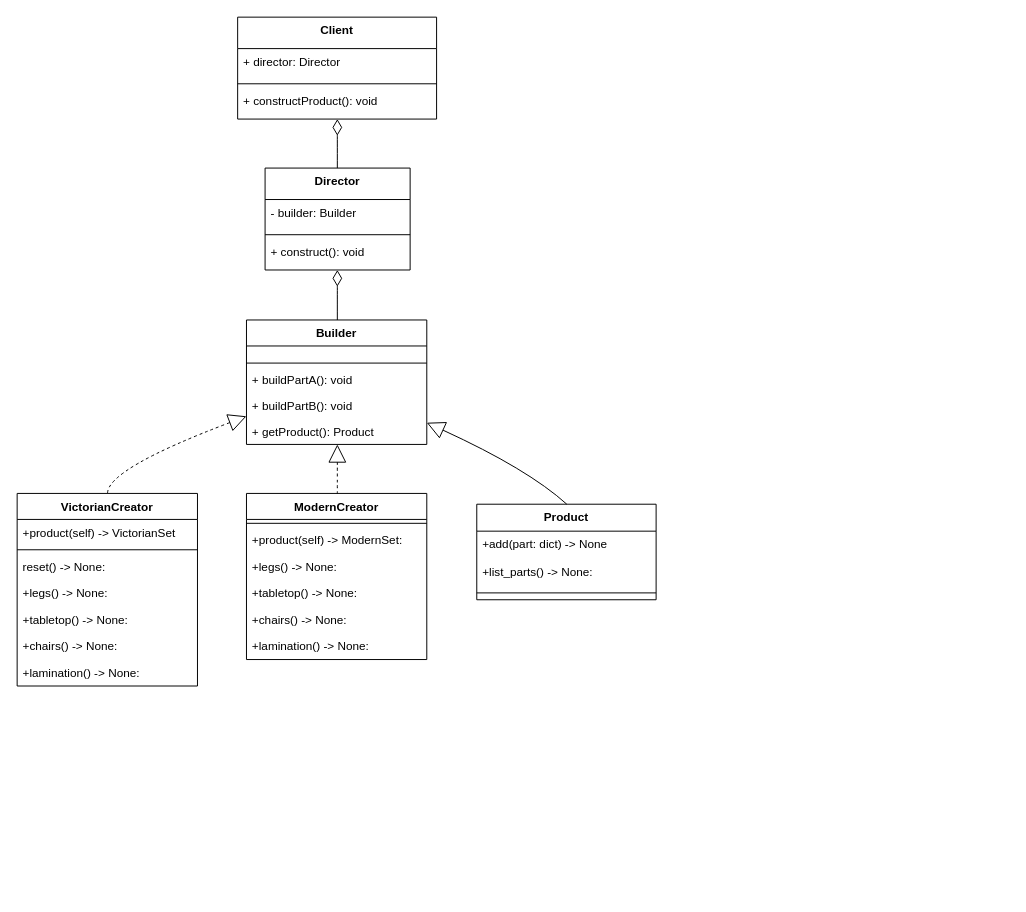
Before: Builder_patern.drawio in Stungelx/simple_patern, a draw.io diagram. Source tidied: cells renumbered, new cells numbered last; positions are measured from the earlier drawing's top-left corner, leaving out a move shared by most shapes. Both pictures are drawn from the tidied source at 98%, with x=0, y=0 at pixel (17, 17).
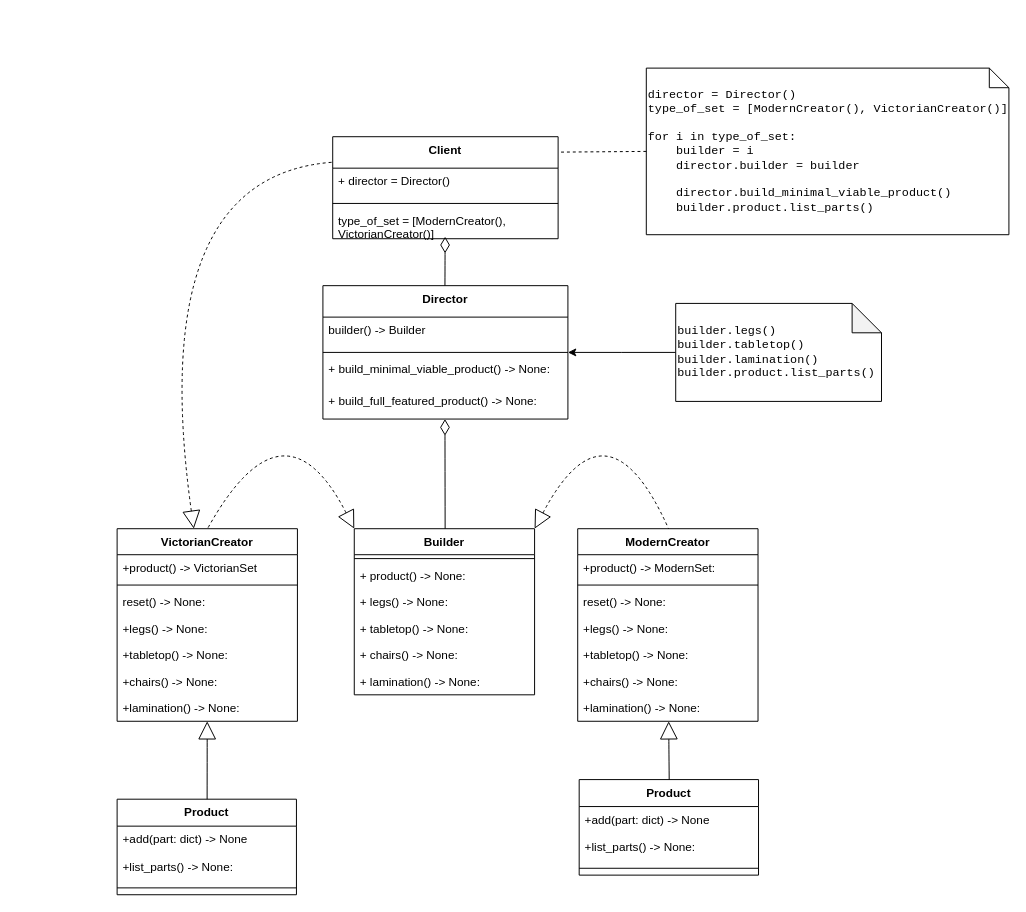
The same page after the edit.

The edit, as a diff of the source:
```diff
@@
     <mxCell id="2" value="Director" style="swimlane;fontStyle=1;align=center;verticalAlign=top;horizontal=1;startSize=32.09090677897135;" parent="1" vertex="1">
-      <mxGeometry x="253" y="154" width="148" height="104" as="geometry" />
+      <mxGeometry x="312" y="274" width="250" height="136.1" as="geometry" />
     </mxCell>
-    <mxCell id="3" value="- builder: Builder" style="text;strokeColor=none;fillColor=none;align=left;verticalAlign=top;spacingLeft=4;spacingRight=4;overflow=hidden;" parent="2" vertex="1">
-      <mxGeometry y="32" width="148" height="32" as="geometry" />
+    <mxCell id="3" value="builder() -&gt; Builder" style="text;strokeColor=none;fillColor=none;align=left;verticalAlign=top;spacingLeft=4;spacingRight=4;overflow=hidden;" parent="2" vertex="1">
+      <mxGeometry y="32.1" width="250" height="32" as="geometry" />
     </mxCell>
     <mxCell id="4" style="line;strokeWidth=1;fillColor=none;align=left;verticalAlign=middle;spacingTop=-1;spacingLeft=3;spacingRight=3;labelPosition=right;strokeColor=inherit;" parent="2" vertex="1">
-      <mxGeometry y="64" width="148" height="8" as="geometry" />
+      <mxGeometry y="64.1" width="250" height="8" as="geometry" />
     </mxCell>
-    <mxCell id="5" value="+ construct(): void" style="text;strokeColor=none;fillColor=none;align=left;verticalAlign=top;spacingLeft=4;spacingRight=4;overflow=hidden;" parent="2" vertex="1">
-      <mxGeometry y="72" width="148" height="32" as="geometry" />
+    <mxCell id="5" value="+ build_minimal_viable_product() -&gt; None:" style="text;strokeColor=none;fillColor=none;align=left;verticalAlign=top;spacingLeft=4;spacingRight=4;overflow=hidden;" parent="2" vertex="1">
+      <mxGeometry y="72.1" width="250" height="32" as="geometry" />
     </mxCell>
+    <mxCell id="40" value="+ build_full_featured_product() -&gt; None:" style="text;strokeColor=none;fillColor=none;align=left;verticalAlign=top;spacingLeft=4;spacingRight=4;overflow=hidden;" parent="2" vertex="1">
+      <mxGeometry y="104.1" width="250" height="32" as="geometry" />
+    </mxCell>
     <mxCell id="6" value="Builder" style="swimlane;fontStyle=1;align=center;verticalAlign=top;horizontal=1;startSize=26.525249905056423;" parent="1" vertex="1">
-      <mxGeometry x="234" y="309" width="184" height="127" as="geometry" />
+      <mxGeometry x="344" y="522" width="184" height="169.5" as="geometry" />
     </mxCell>
     <mxCell id="7" style="line;strokeWidth=1;fillColor=none;align=left;verticalAlign=middle;spacingTop=-1;spacingLeft=3;spacingRight=3;labelPosition=right;strokeColor=inherit;" parent="6" vertex="1">
-      <mxGeometry y="40" width="184" height="8" as="geometry" />
+      <mxGeometry y="26.5" width="184" height="8" as="geometry" />
     </mxCell>
-    <mxCell id="8" value="+ buildPartA(): void" style="text;strokeColor=none;fillColor=none;align=left;verticalAlign=top;spacingLeft=4;spacingRight=4;overflow=hidden;" parent="6" vertex="1">
-      <mxGeometry y="48" width="184" height="27" as="geometry" />
+    <mxCell id="8" value="+ product() -&gt; None:" style="text;strokeColor=none;fillColor=none;align=left;verticalAlign=top;spacingLeft=4;spacingRight=4;overflow=hidden;" parent="6" vertex="1">
+      <mxGeometry y="34.5" width="184" height="27" as="geometry" />
     </mxCell>
-    <mxCell id="9" value="+ buildPartB(): void" style="text;strokeColor=none;fillColor=none;align=left;verticalAlign=top;spacingLeft=4;spacingRight=4;overflow=hidden;" parent="6" vertex="1">
-      <mxGeometry y="74" width="184" height="27" as="geometry" />
+    <mxCell id="9" value="+ legs() -&gt; None:" style="text;strokeColor=none;fillColor=none;align=left;verticalAlign=top;spacingLeft=4;spacingRight=4;overflow=hidden;" parent="6" vertex="1">
+      <mxGeometry y="61.5" width="184" height="27" as="geometry" />
     </mxCell>
-    <mxCell id="10" value="+ getProduct(): Product" style="text;strokeColor=none;fillColor=none;align=left;verticalAlign=top;spacingLeft=4;spacingRight=4;overflow=hidden;" parent="6" vertex="1">
-      <mxGeometry y="101" width="184" height="27" as="geometry" />
+    <mxCell id="10" value="+ tabletop() -&gt; None:" style="text;strokeColor=none;fillColor=none;align=left;verticalAlign=top;spacingLeft=4;spacingRight=4;overflow=hidden;" parent="6" vertex="1">
+      <mxGeometry y="88.5" width="184" height="27" as="geometry" />
     </mxCell>
+    <mxCell id="41" value="+ chairs() -&gt; None:" style="text;strokeColor=none;fillColor=none;align=left;verticalAlign=top;spacingLeft=4;spacingRight=4;overflow=hidden;" parent="6" vertex="1">
+      <mxGeometry y="115.5" width="184" height="27" as="geometry" />
+    </mxCell>
+    <mxCell id="42" value="+ lamination() -&gt; None:" style="text;strokeColor=none;fillColor=none;align=left;verticalAlign=top;spacingLeft=4;spacingRight=4;overflow=hidden;" parent="6" vertex="1">
+      <mxGeometry y="142.5" width="184" height="27" as="geometry" />
+    </mxCell>
     <mxCell id="11" value="VictorianCreator" style="swimlane;fontStyle=1;align=center;verticalAlign=top;horizontal=1;startSize=26.525249905056423;" parent="1" vertex="1">
-      <mxGeometry y="486" width="184" height="196.5" as="geometry" />
+      <mxGeometry x="102" y="522" width="184" height="196.5" as="geometry" />
     </mxCell>
-    <mxCell id="12" value="+product(self) -&gt; VictorianSet" style="text;strokeColor=none;fillColor=none;align=left;verticalAlign=top;spacingLeft=4;spacingRight=4;overflow=hidden;" parent="11" vertex="1">
+    <mxCell id="12" value="+product() -&gt; VictorianSet" style="text;strokeColor=none;fillColor=none;align=left;verticalAlign=top;spacingLeft=4;spacingRight=4;overflow=hidden;" parent="11" vertex="1">
       <mxGeometry y="26.5" width="184" height="27" as="geometry" />
     </mxCell>
@@
     <mxCell id="19" value="ModernCreator" style="swimlane;fontStyle=1;align=center;verticalAlign=top;horizontal=1;startSize=26.525249905056423;" parent="1" vertex="1">
-      <mxGeometry x="234" y="486" width="184" height="169.5" as="geometry" />
+      <mxGeometry x="572" y="522" width="184" height="196.5" as="geometry" />
     </mxCell>
+    <mxCell id="21" value="+product() -&gt; ModernSet:" style="text;strokeColor=none;fillColor=none;align=left;verticalAlign=top;spacingLeft=4;spacingRight=4;overflow=hidden;" parent="19" vertex="1">
+      <mxGeometry y="26.5" width="184" height="27" as="geometry" />
+    </mxCell>
     <mxCell id="20" style="line;strokeWidth=1;fillColor=none;align=left;verticalAlign=middle;spacingTop=-1;spacingLeft=3;spacingRight=3;labelPosition=right;strokeColor=inherit;" parent="19" vertex="1">
-      <mxGeometry y="26.5" width="184" height="8" as="geometry" />
+      <mxGeometry y="53.5" width="184" height="8" as="geometry" />
     </mxCell>
-    <mxCell id="21" value="+product(self) -&gt; ModernSet:" style="text;strokeColor=none;fillColor=none;align=left;verticalAlign=top;spacingLeft=4;spacingRight=4;overflow=hidden;" parent="19" vertex="1">
-      <mxGeometry y="34.5" width="184" height="27" as="geometry" />
-    </mxCell>
+    <mxCell id="43" value="reset() -&gt; None:" style="text;strokeColor=none;fillColor=none;align=left;verticalAlign=top;spacingLeft=4;spacingRight=4;overflow=hidden;" parent="19" vertex="1">
+      <mxGeometry y="61.5" width="184" height="27" as="geometry" />
+    </mxCell>
     <mxCell id="22" value="+legs() -&gt; None:" style="text;strokeColor=none;fillColor=none;align=left;verticalAlign=top;spacingLeft=4;spacingRight=4;overflow=hidden;" parent="19" vertex="1">
-      <mxGeometry y="61.5" width="184" height="27" as="geometry" />
+      <mxGeometry y="88.5" width="184" height="27" as="geometry" />
     </mxCell>
     <mxCell id="23" value="+tabletop() -&gt; None:" style="text;strokeColor=none;fillColor=none;align=left;verticalAlign=top;spacingLeft=4;spacingRight=4;overflow=hidden;" parent="19" vertex="1">
-      <mxGeometry y="88.5" width="184" height="27" as="geometry" />
+      <mxGeometry y="115.5" width="184" height="27" as="geometry" />
     </mxCell>
     <mxCell id="24" value="+chairs() -&gt; None:" style="text;strokeColor=none;fillColor=none;align=left;verticalAlign=top;spacingLeft=4;spacingRight=4;overflow=hidden;" parent="19" vertex="1">
-      <mxGeometry y="115.5" width="184" height="27" as="geometry" />
+      <mxGeometry y="142.5" width="184" height="27" as="geometry" />
     </mxCell>
     <mxCell id="25" value="+lamination() -&gt; None:" style="text;strokeColor=none;fillColor=none;align=left;verticalAlign=top;spacingLeft=4;spacingRight=4;overflow=hidden;" parent="19" vertex="1">
-      <mxGeometry y="142.5" width="184" height="27" as="geometry" />
+      <mxGeometry y="169.5" width="184" height="27" as="geometry" />
     </mxCell>
     <mxCell id="26" value="Product" style="swimlane;fontStyle=1;align=center;verticalAlign=top;horizontal=1;startSize=27.50649152483259;" parent="1" vertex="1">
-      <mxGeometry x="469" y="497" width="183" height="97.5" as="geometry" />
+      <mxGeometry x="573.5" y="778" width="183" height="97.5" as="geometry" />
     </mxCell>
@@
     <mxCell id="30" value="Client" style="swimlane;fontStyle=1;align=center;verticalAlign=top;horizontal=1;startSize=32.09090677897135;" parent="1" vertex="1">
-      <mxGeometry x="225" width="203" height="104" as="geometry" />
+      <mxGeometry x="322" y="122" width="230" height="104.1" as="geometry" />
     </mxCell>
-    <mxCell id="31" value="+ director: Director" style="text;strokeColor=none;fillColor=none;align=left;verticalAlign=top;spacingLeft=4;spacingRight=4;overflow=hidden;" parent="30" vertex="1">
-      <mxGeometry y="32" width="203" height="32" as="geometry" />
+    <mxCell id="31" value="+ director = Director()" style="text;strokeColor=none;fillColor=none;align=left;verticalAlign=top;spacingLeft=4;spacingRight=4;overflow=hidden;" parent="30" vertex="1">
+      <mxGeometry y="32.1" width="230" height="32" as="geometry" />
     </mxCell>
     <mxCell id="32" style="line;strokeWidth=1;fillColor=none;align=left;verticalAlign=middle;spacingTop=-1;spacingLeft=3;spacingRight=3;labelPosition=right;strokeColor=inherit;" parent="30" vertex="1">
-      <mxGeometry y="64" width="203" height="8" as="geometry" />
+      <mxGeometry y="64.1" width="230" height="8" as="geometry" />
     </mxCell>
-    <mxCell id="33" value="+ constructProduct(): void" style="text;strokeColor=none;fillColor=none;align=left;verticalAlign=top;spacingLeft=4;spacingRight=4;overflow=hidden;" parent="30" vertex="1">
-      <mxGeometry y="72" width="203" height="32" as="geometry" />
+    <mxCell id="33" value="type_of_set = [ModernCreator(),&#10; VictorianCreator()]" style="text;strokeColor=none;fillColor=none;align=left;verticalAlign=top;spacingLeft=4;spacingRight=4;overflow=hidden;" parent="30" vertex="1">
+      <mxGeometry y="72.1" width="230" height="32" as="geometry" />
     </mxCell>
@@
-    <mxCell id="35" style="curved=1;startArrow=diamondThin;startSize=14;startFill=0;endArrow=none;exitX=0.5011096446972175;exitY=1.002622310931866;entryX=0.49814363428064296;entryY=0.0026223109318659855;" parent="1" edge="1" source="30" target="2">
-      <mxGeometry relative="1" as="geometry" />
+    <mxCell id="35" style="curved=1;startArrow=diamondThin;startSize=14;startFill=0;endArrow=none;exitX=0.5011096446972175;exitY=1.002622310931866;entryX=0.49814363428064296;entryY=0.0026223109318659855;" parent="1" edge="1" target="2">
+      <mxGeometry relative="1" as="geometry">
+        <mxPoint x="436.7" y="224" as="sourcePoint" />
+      </mxGeometry>
     </mxCell>
-    <mxCell id="36" style="curved=1;dashed=1;startArrow=block;startSize=16;startFill=0;endArrow=none;exitX=0.0026277459186056385;exitY=0.7725444334385789;entryX=0.5013138729593029;entryY=-0.0007160216804564469;" parent="1" edge="1" source="6" target="11">
+    <mxCell id="36" style="curved=1;dashed=1;startArrow=block;startSize=16;startFill=0;endArrow=none;exitX=0;exitY=0;entryX=0.5013138729593029;entryY=-0.0007160216804564469;exitDx=0;exitDy=0;" parent="1" edge="1" source="6" target="11">
       <mxGeometry relative="1" as="geometry">
         <Array as="points">
-          <mxPoint x="92" y="461" />
+          <mxPoint x="272" y="382" />
         </Array>
       </mxGeometry>
     </mxCell>
-    <mxCell id="37" style="curved=1;dashed=1;startArrow=block;startSize=16;startFill=0;endArrow=none;exitX=0.5039416188779084;exitY=0.9992839783195435;entryX=0.5039416188779084;entryY=-0.0007160216804564469;" parent="1" edge="1" source="6" target="19">
-      <mxGeometry relative="1" as="geometry" />
+    <mxCell id="37" style="curved=1;dashed=1;startArrow=block;startSize=16;startFill=0;endArrow=none;exitX=1;exitY=0;entryX=0.5039416188779084;entryY=-0.0007160216804564469;exitDx=0;exitDy=0;" parent="1" edge="1" source="6" target="19">
+      <mxGeometry relative="1" as="geometry">
+        <Array as="points">
+          <mxPoint x="602" y="382" />
+        </Array>
+      </mxGeometry>
     </mxCell>
-    <mxCell id="38" style="curved=1;startArrow=block;startSize=16;startFill=0;endArrow=none;exitX=1.0052554918372112;exitY=0.8290562017339905;entryX=0.501922424022968;entryY=0.004370359274057241;" parent="1" edge="1" source="6" target="26">
-      <mxGeometry relative="1" as="geometry">
-        <Array as="points">
-          <mxPoint x="521" y="461" />
-        </Array>
-      </mxGeometry>
+    <mxCell id="38" style="curved=1;startArrow=block;startSize=16;startFill=0;endArrow=none;entryX=0.501922424022968;entryY=0.004370359274057241;" parent="1" edge="1" source="19" target="26">
+      <mxGeometry relative="1" as="geometry" />
     </mxCell>
-    <mxCell id="39" value="&lt;div style=&quot;background-color:#1e1f22;color:#bcbec4&quot;&gt;&lt;pre style=&quot;font-family:'JetBrains Mono',monospace;font-size:9,8pt;&quot;&gt;&lt;br&gt;&lt;/pre&gt;&lt;/div&gt;" style="text;whiteSpace=wrap;html=1;" parent="1" vertex="1">
-      <mxGeometry x="63" y="249" width="190" height="60" as="geometry" />
-    </mxCell>
+    <mxCell id="44" value="Product" style="swimlane;fontStyle=1;align=center;verticalAlign=top;horizontal=1;startSize=27.50649152483259;" parent="1" vertex="1">
+      <mxGeometry x="102" y="798" width="183" height="97.5" as="geometry" />
+    </mxCell>
+    <mxCell id="45" value="+add(part: dict) -&gt; None" style="text;strokeColor=none;fillColor=none;align=left;verticalAlign=top;spacingLeft=4;spacingRight=4;overflow=hidden;" parent="44" vertex="1">
+      <mxGeometry y="27.5" width="183" height="28" as="geometry" />
+    </mxCell>
+    <mxCell id="46" value="+list_parts() -&gt; None:" style="text;strokeColor=none;fillColor=none;align=left;verticalAlign=top;spacingLeft=4;spacingRight=4;overflow=hidden;" parent="44" vertex="1">
+      <mxGeometry y="55.5" width="183" height="28" as="geometry" />
+    </mxCell>
+    <mxCell id="47" style="line;strokeWidth=1;fillColor=none;align=left;verticalAlign=middle;spacingTop=-1;spacingLeft=3;spacingRight=3;labelPosition=right;strokeColor=inherit;" parent="44" vertex="1">
+      <mxGeometry y="83.5" width="183" height="14" as="geometry" />
+    </mxCell>
+    <mxCell id="48" style="curved=1;startArrow=block;startSize=16;startFill=0;endArrow=none;entryX=0.501922424022968;entryY=0.004370359274057241;" parent="1" edge="1" source="11" target="44">
+      <mxGeometry relative="1" as="geometry" />
+    </mxCell>
+    <mxCell id="49" value="&lt;div style=&quot;&quot;&gt;&lt;pre style=&quot;font-family: &amp;quot;JetBrains Mono&amp;quot;, monospace;&quot;&gt;&lt;span style=&quot;background-color: rgb(255, 255, 255);&quot;&gt;director = Director()&lt;br&gt;type_of_set = [ModernCreator(), VictorianCreator()]&lt;br&gt;&lt;br&gt;for i in type_of_set:&lt;br&gt;    builder = i&lt;br&gt;    director.builder = builder&lt;br&gt;&lt;br&gt;    director.build_minimal_viable_product()&lt;br&gt;    builder.product.list_parts()&lt;/span&gt;&lt;/pre&gt;&lt;/div&gt;" style="shape=note;size=20;whiteSpace=wrap;html=1;align=left;" parent="1" vertex="1">
+      <mxGeometry x="642" y="52" width="370" height="170" as="geometry" />
+    </mxCell>
+    <mxCell id="50" style="curved=1;dashed=1;startArrow=block;startSize=16;startFill=0;endArrow=none;entryX=0;entryY=0.25;entryDx=0;entryDy=0;" parent="1" edge="1" source="11" target="30">
+      <mxGeometry relative="1" as="geometry">
+        <Array as="points">
+          <mxPoint x="130" y="162" />
+        </Array>
+      </mxGeometry>
+    </mxCell>
+    <mxCell id="51" style="endArrow=none;dashed=1;html=1;rounded=0;exitX=0;exitY=0.5;exitDx=0;exitDy=0;exitPerimeter=0;entryX=1.009;entryY=0.151;entryDx=0;entryDy=0;entryPerimeter=0;" parent="1" edge="1" source="49" target="30">
+      <mxGeometry relative="1" as="geometry" />
+    </mxCell>
+    <mxCell id="52" style="edgeStyle=orthogonalEdgeStyle;rounded=0;jettySize=auto;html=1;" parent="1" edge="1" source="53" target="2">
+      <mxGeometry relative="1" as="geometry" />
+    </mxCell>
+    <mxCell id="53" value="&lt;div style=&quot;&quot;&gt;&lt;pre style=&quot;font-family: &amp;quot;JetBrains Mono&amp;quot;, monospace;&quot;&gt;&lt;span style=&quot;background-color: rgb(255, 255, 255);&quot;&gt;builder.legs()&lt;br&gt;builder.tabletop()&lt;br&gt;builder.lamination()&lt;br&gt;builder.product.list_parts()&lt;/span&gt;&lt;/pre&gt;&lt;/div&gt;" style="shape=note;whiteSpace=wrap;html=1;backgroundOutline=1;darkOpacity=0.05;align=left;" parent="1" vertex="1">
+      <mxGeometry x="672" y="292.1" width="210" height="100" as="geometry" />
+    </mxCell>
```
